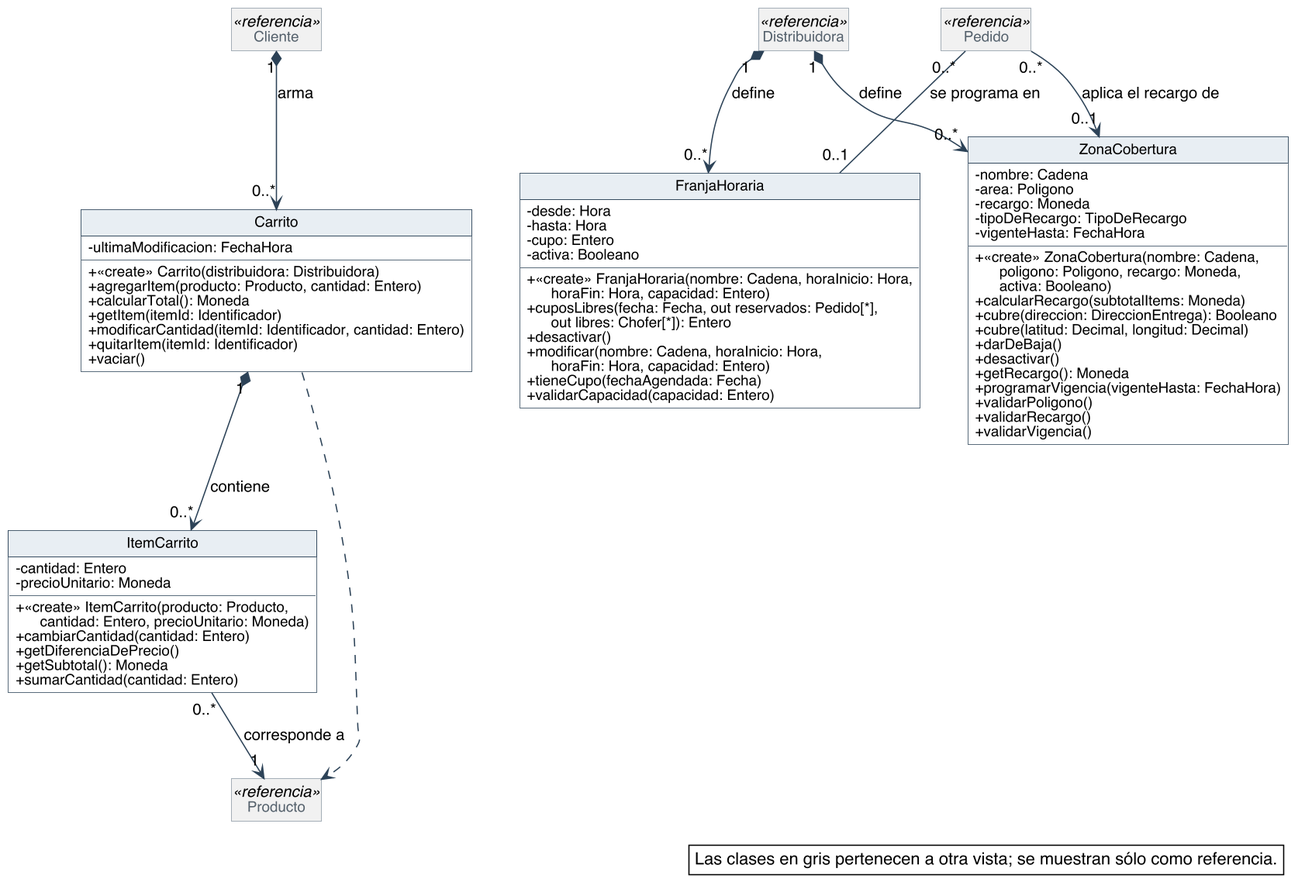
The PlantUML diagram diagramas/clases-diseno/DC_Carrito-franjas-y-cobertura.png in Nahuelito-Dev/splg-docs, before a commit. The source it was exported from:
```plantuml
@startuml
skinparam backgroundColor #FFFFFF
skinparam shadowing false
skinparam defaultFontName Helvetica
skinparam defaultFontSize 13
skinparam dpi 150
skinparam nodesep 40
skinparam ranksep 55
skinparam classAttributeIconSize 0
skinparam roundCorner 0
skinparam genericDisplay old
skinparam class {
  BorderColor #2C4257
  BackgroundColor #FFFFFF
  ArrowColor #2C4257
  FontSize 14
  AttributeFontSize 12
  HeaderBackgroundColor #E8EEF3
}
skinparam class<<referencia>> {
  BackgroundColor #F1F1F1
  BorderColor #8A97A3
  FontColor #55616C
}
skinparam class<<fachada>> {
  HeaderBackgroundColor #D6E4F0
}
skinparam class<<controlador>> {
  HeaderBackgroundColor #D6E4F0
}
skinparam class<<fabricación pura>> {
  HeaderBackgroundColor #F3E9CF
}
skinparam class<<colección>> {
  HeaderBackgroundColor #E6E6E6
}
skinparam class<<adaptador>> {
  HeaderBackgroundColor #DCEBDD
}
skinparam interface {
  BorderColor #2C4257
  BackgroundColor #FFFFFF
  HeaderBackgroundColor #DCEBDD
  FontSize 14
  AttributeFontSize 12
}
skinparam note {
  BackgroundColor #FFFFFF
  BorderColor #2C4257
}
skinparam packageStyle rectangle
skinparam package {
  BorderColor #8A97A3
  FontSize 13
  FontColor #55616C
}
hide circle
hide empty members

class Carrito {
  - ultimaModificacion: FechaHora
  + «create» Carrito(distribuidora: Distribuidora)
  + agregarItem(producto: Producto, cantidad: Entero)
  + calcularTotal(): Moneda
  + getItem(itemId: Identificador)
  + modificarCantidad(itemId: Identificador, cantidad: Entero)
  + quitarItem(itemId: Identificador)
  + vaciar()
}
class ItemCarrito {
  - cantidad: Entero
  - precioUnitario: Moneda
  + «create» ItemCarrito(producto: Producto,\n      cantidad: Entero, precioUnitario: Moneda)
  + cambiarCantidad(cantidad: Entero)
  + getDiferenciaDePrecio()
  + getSubtotal(): Moneda
  + sumarCantidad(cantidad: Entero)
}
class FranjaHoraria {
  - desde: Hora
  - hasta: Hora
  - cupo: Entero
  - activa: Booleano
  + «create» FranjaHoraria(nombre: Cadena, horaInicio: Hora,\n      horaFin: Hora, capacidad: Entero)
  + cuposLibres(fecha: Fecha, out reservados: Pedido[*],\n      out libres: Chofer[*]): Entero
  + desactivar()
  + modificar(nombre: Cadena, horaInicio: Hora,\n      horaFin: Hora, capacidad: Entero)
  + tieneCupo(fechaAgendada: Fecha)
  + validarCapacidad(capacidad: Entero)
}
class ZonaCobertura {
  - nombre: Cadena
  - area: Poligono
  - recargo: Moneda
  - tipoDeRecargo: TipoDeRecargo
  - vigenteHasta: FechaHora
  + «create» ZonaCobertura(nombre: Cadena,\n      poligono: Poligono, recargo: Moneda,\n      activa: Booleano)
  + calcularRecargo(subtotalItems: Moneda)
  + cubre(direccion: DireccionEntrega): Booleano
  + cubre(latitud: Decimal, longitud: Decimal)
  + darDeBaja()
  + desactivar()
  + getRecargo(): Moneda
  + programarVigencia(vigenteHasta: FechaHora)
  + validarPoligono()
  + validarRecargo()
  + validarVigencia()
}
class Cliente <<referencia>>
class Producto <<referencia>>
class Distribuidora <<referencia>>
class Pedido <<referencia>>

Distribuidora "1" *--> "0..*" ZonaCobertura : define
Distribuidora "1" *--> "0..*" FranjaHoraria : define
Cliente "1" *--> "0..*" Carrito : arma
Carrito "1" *--> "0..*" ItemCarrito : contiene
ItemCarrito "0..*" --> "1" Producto : corresponde a
Pedido "0..*" -- "0..1" FranjaHoraria : se programa en
Pedido "0..*" --> "0..1" ZonaCobertura : aplica el recargo de
Carrito ..> Producto

legend bottom right
  Las clases en gris pertenecen a otra vista; se muestran sólo como referencia.
endlegend
@enduml
```
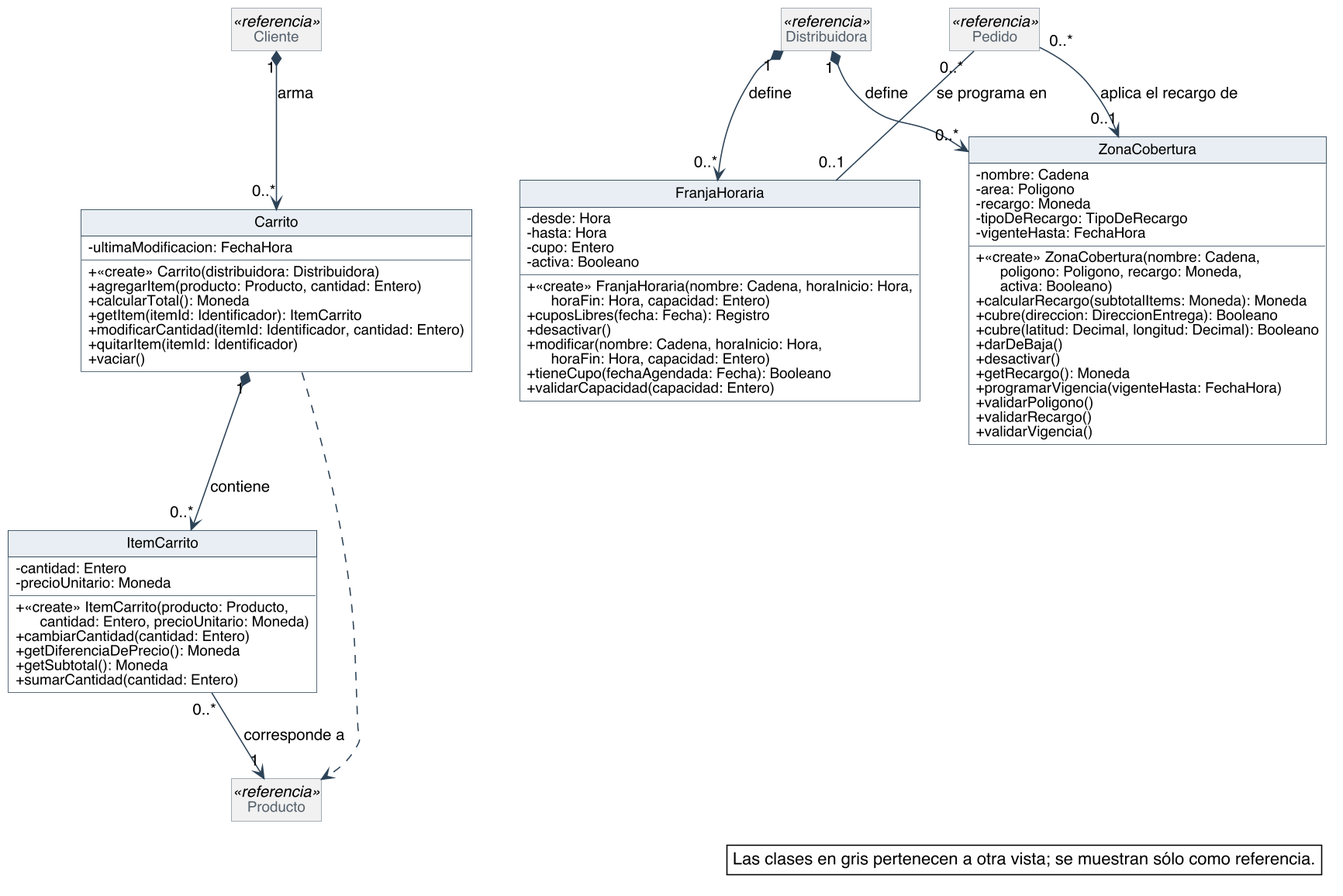
Later version of the same file.

Diff of the diagram source:
```diff
@@ -62,7 +62,7 @@
   + «create» Carrito(distribuidora: Distribuidora)
   + agregarItem(producto: Producto, cantidad: Entero)
   + calcularTotal(): Moneda
-  + getItem(itemId: Identificador)
+  + getItem(itemId: Identificador): ItemCarrito
   + modificarCantidad(itemId: Identificador, cantidad: Entero)
   + quitarItem(itemId: Identificador)
   + vaciar()
@@ -72,7 +72,7 @@
   - precioUnitario: Moneda
   + «create» ItemCarrito(producto: Producto,\n      cantidad: Entero, precioUnitario: Moneda)
   + cambiarCantidad(cantidad: Entero)
-  + getDiferenciaDePrecio()
+  + getDiferenciaDePrecio(): Moneda
   + getSubtotal(): Moneda
   + sumarCantidad(cantidad: Entero)
 }
@@ -82,10 +82,10 @@
   - cupo: Entero
   - activa: Booleano
   + «create» FranjaHoraria(nombre: Cadena, horaInicio: Hora,\n      horaFin: Hora, capacidad: Entero)
-  + cuposLibres(fecha: Fecha, out reservados: Pedido[*],\n      out libres: Chofer[*]): Entero
+  + cuposLibres(fecha: Fecha): Registro
   + desactivar()
   + modificar(nombre: Cadena, horaInicio: Hora,\n      horaFin: Hora, capacidad: Entero)
-  + tieneCupo(fechaAgendada: Fecha)
+  + tieneCupo(fechaAgendada: Fecha): Booleano
   + validarCapacidad(capacidad: Entero)
 }
 class ZonaCobertura {
@@ -95,9 +95,9 @@
   - tipoDeRecargo: TipoDeRecargo
   - vigenteHasta: FechaHora
   + «create» ZonaCobertura(nombre: Cadena,\n      poligono: Poligono, recargo: Moneda,\n      activa: Booleano)
-  + calcularRecargo(subtotalItems: Moneda)
+  + calcularRecargo(subtotalItems: Moneda): Moneda
   + cubre(direccion: DireccionEntrega): Booleano
-  + cubre(latitud: Decimal, longitud: Decimal)
+  + cubre(latitud: Decimal, longitud: Decimal): Booleano
   + darDeBaja()
   + desactivar()
   + getRecargo(): Moneda
```
